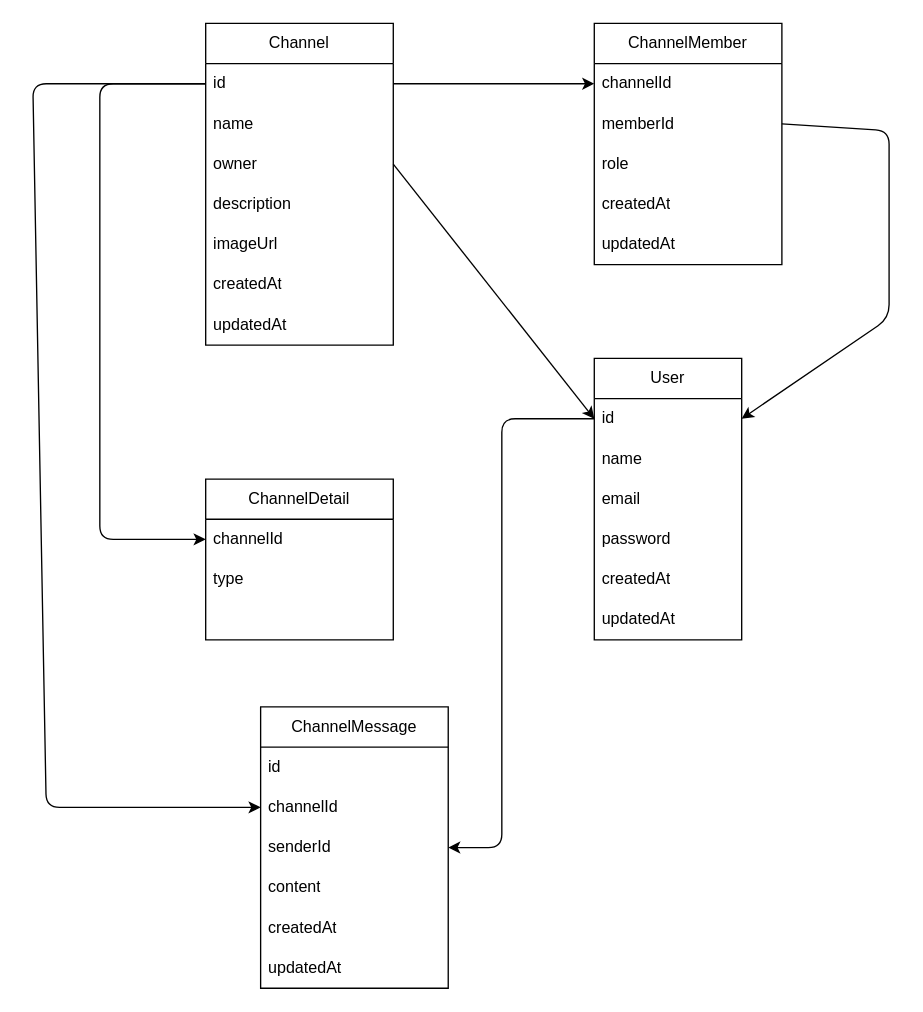
The draw.io diagram client/db.dio in fffk10/narikiri-chat, before the edit. Source tidied: cells renumbered, new cells numbered last; positions are measured from the earlier drawing's top-left corner, leaving out a move shared by most shapes. Both pictures are drawn from the tidied source at 134%, with x=0, y=0 at pixel (32, 23).
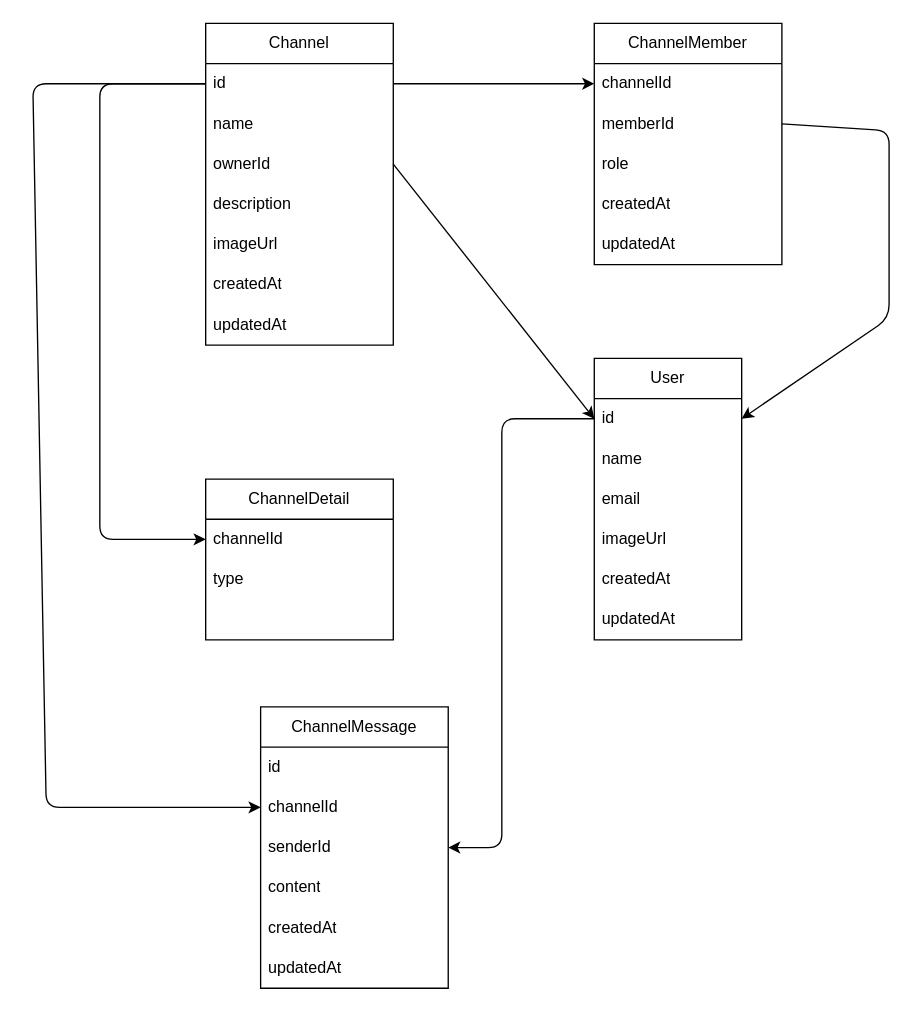
After the change.

Unchanged cells that the change refers to:
```xml
<mxCell id="2" value="User" style="swimlane;fontStyle=0;horizontal=1;startSize=30;whiteSpace=wrap;html=1;" parent="1" vertex="1">
  <mxGeometry x="419" y="250" width="110" height="210" as="geometry" />
</mxCell>
<mxCell id="9" value="Channel" style="swimlane;fontStyle=0;horizontal=1;startSize=30;whiteSpace=wrap;html=1;" parent="1" vertex="1">
  <mxGeometry x="129" width="140" height="240" as="geometry" />
</mxCell>
```

The edit, as a diff of the source:
```diff
@@
-    <mxCell id="6" value="password" style="text;strokeColor=none;fillColor=none;align=left;verticalAlign=middle;spacingLeft=4;spacingRight=4;overflow=hidden;whiteSpace=wrap;html=1;" parent="2" vertex="1">
-      <mxGeometry y="120" width="110" height="30" as="geometry" />
-    </mxCell>
+    <mxCell id="40" value="imageUrl" style="text;strokeColor=none;fillColor=none;align=left;verticalAlign=middle;spacingLeft=4;spacingRight=4;overflow=hidden;whiteSpace=wrap;html=1;" parent="2" vertex="1">
+      <mxGeometry y="120" width="110" height="30" as="geometry" />
+    </mxCell>
@@
-    <mxCell id="12" value="owner" style="text;strokeColor=none;fillColor=none;align=left;verticalAlign=middle;spacingLeft=4;spacingRight=4;overflow=hidden;points=[[0,0.5],[1,0.5]];portConstraint=eastwest;whiteSpace=wrap;html=1;" parent="9" vertex="1">
+    <mxCell id="12" value="ownerId" style="text;strokeColor=none;fillColor=none;align=left;verticalAlign=middle;spacingLeft=4;spacingRight=4;overflow=hidden;points=[[0,0.5],[1,0.5]];portConstraint=eastwest;whiteSpace=wrap;html=1;" parent="9" vertex="1">
       <mxGeometry y="90" width="140" height="30" as="geometry" />
     </mxCell>
```
